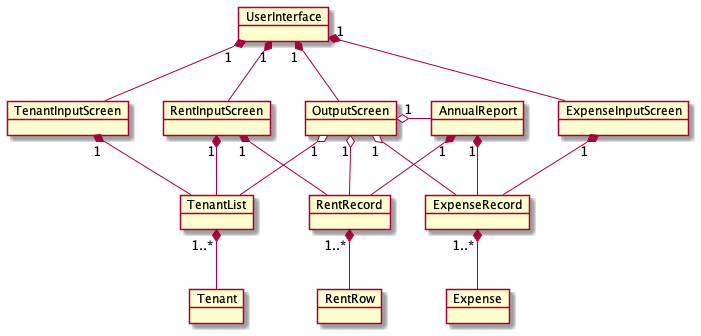
Earlier version of the PlantUML export out/activity3/activity3-2/activity3-2.png (ben9543/CECS-343-Capstone-Project). The source it was exported from:
```plantuml
@startuml activity3

top to bottom direction

object UserInterface
object TenantInputScreen
object RentInputScreen
object ExpenseInputScreen

object TenantList
object RentRecord
object ExpenseRecord

object OutputScreen
object AnnualReport
object Tenant
object RentRow
object Expense






UserInterface "1" *-- TenantInputScreen
UserInterface "1" *-- RentInputScreen
UserInterface "1" *-- ExpenseInputScreen
UserInterface "1" *-- OutputScreen

OutputScreen "1" o-right- AnnualReport
OutputScreen "1" o-- TenantList
OutputScreen "1" o-- ExpenseRecord
OutputScreen "1" o-- RentRecord

TenantInputScreen "1" *--  TenantList
RentInputScreen "1" *-- TenantList
RentInputScreen "1" *-- RentRecord
ExpenseInputScreen "1" *--ExpenseRecord

AnnualReport "1" *-- ExpenseRecord
AnnualReport "1" *-- RentRecord

TenantList "1..*" *-- Tenant
RentRecord "1..*" *-- RentRow
ExpenseRecord "1..*" *-- Expense

@enduml
```
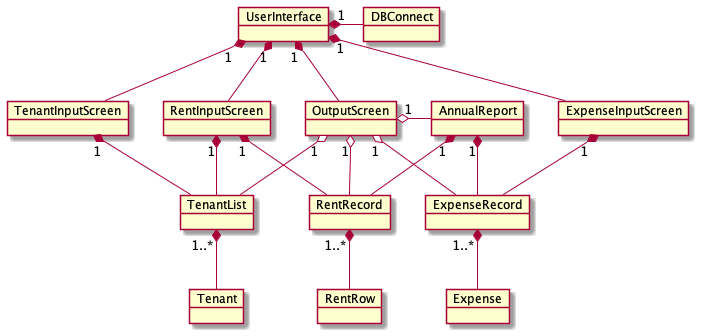
Above is the later version.

Diff of the diagram source:
```diff
@@ -3,6 +3,7 @@
 top to bottom direction
 
 object UserInterface
+object DBConnect
 object TenantInputScreen
 object RentInputScreen
 object ExpenseInputScreen
@@ -21,7 +22,7 @@
 
 
 
-
+UserInterface "1" *-right- DBConnect
 UserInterface "1" *-- TenantInputScreen
 UserInterface "1" *-- RentInputScreen
 UserInterface "1" *-- ExpenseInputScreen
```
